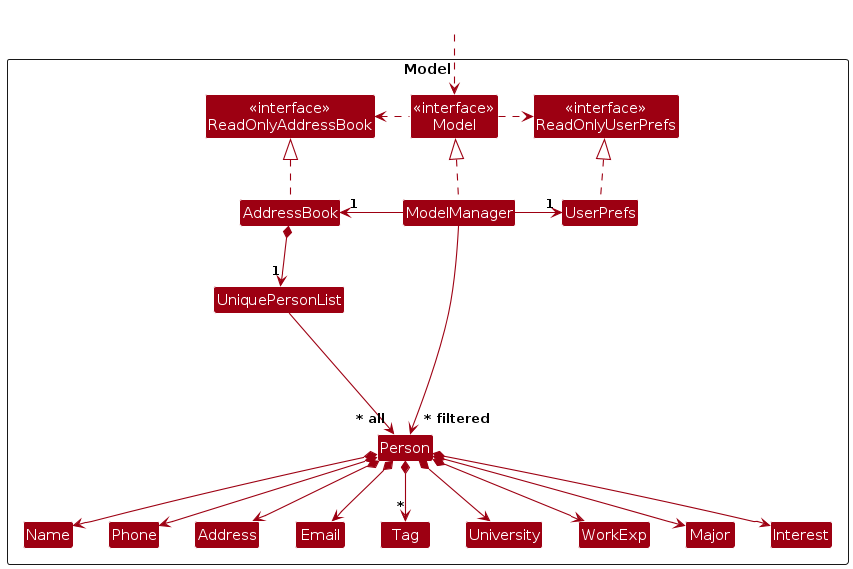
Earlier version of the PlantUML export diagrams/ModelClassDiagram.png (AY2425S1-CS2103T-T17-1/tp). Its source is kept beside it as diagrams/ModelClassDiagram.puml.
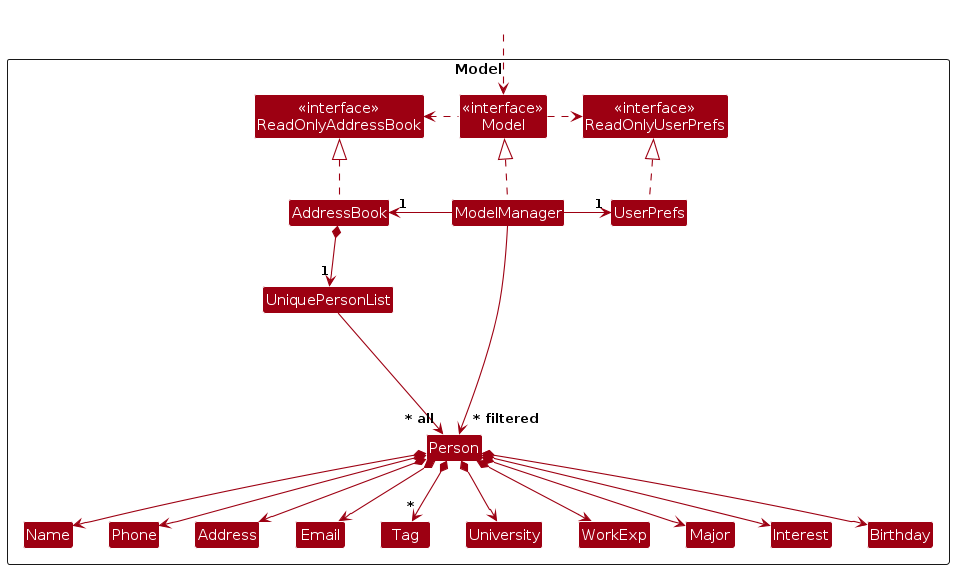
Above is the later version.

The edit, as a diff of the source:
```diff
@@ -23,6 +23,7 @@
   Class WorkExp
   Class Major
   Class Interest
+  Class Birthday
 
   Class I #FFFFFF
 }
@@ -50,6 +51,7 @@
 Person *--> WorkExp
 Person *--> Major
 Person *--> Interest
+Person *--> Birthday
 
 Person -[hidden]up--> I
 UniquePersonList -[hidden]right-> I
```
